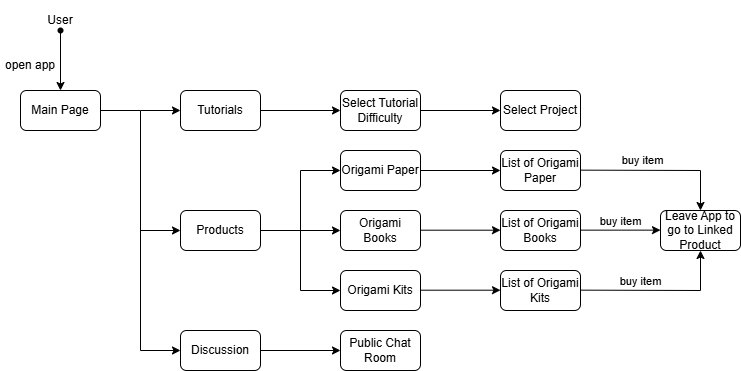
Before: images/UML_userstory2.png, a diagram exported from draw.io (software-students-spring2025/1-specification-exercise-robots). Source tidied: cells renumbered, new cells last; positions are measured from the earlier drawing's top-left corner, leaving out a move shared by most shapes. Its diagram source:
```xml
<mxGraphModel>
  <root>
    <mxCell id="0" />
    <mxCell id="1" parent="0" />
    <mxCell id="2" value="User" style="text;html=1;align=center;verticalAlign=middle;whiteSpace=wrap;rounded=0;" parent="1" vertex="1">
      <mxGeometry x="30" width="60" height="40" as="geometry" />
    </mxCell>
    <mxCell id="3" style="shape=waypoint;sketch=0;fillStyle=solid;size=6;points=[];fillColor=none;perimeter=centerPerimeter;snapToPoint=1;" parent="1" vertex="1">
      <mxGeometry x="50" y="20" width="20" height="20" as="geometry" />
    </mxCell>
    <mxCell id="4" value="Main Page" style="rounded=1;whiteSpace=wrap;html=1;" parent="1" vertex="1">
      <mxGeometry x="20" y="90" width="80" height="40" as="geometry" />
    </mxCell>
    <mxCell id="5" style="endArrow=classic;html=1;rounded=0;entryX=0.5;entryY=0;entryDx=0;entryDy=0;" parent="1" edge="1" source="3" target="4">
      <mxGeometry relative="1" as="geometry" />
    </mxCell>
    <mxCell id="6" value="open app" style="text;html=1;align=center;verticalAlign=middle;whiteSpace=wrap;rounded=0;" parent="1" vertex="1">
      <mxGeometry y="50" width="60" height="30" as="geometry" />
    </mxCell>
    <mxCell id="7" style="edgeStyle=orthogonalEdgeStyle;rounded=0;orthogonalLoop=1;jettySize=auto;html=1;entryX=0.517;entryY=0.044;entryDx=0;entryDy=0;entryPerimeter=0;" parent="1" edge="1" source="3" target="3">
      <mxGeometry relative="1" as="geometry" />
    </mxCell>
    <mxCell id="8" style="endArrow=classic;html=1;rounded=0;exitX=1;exitY=0.5;exitDx=0;exitDy=0;entryX=0;entryY=0.5;entryDx=0;entryDy=0;" parent="1" edge="1" source="4" target="12">
      <mxGeometry relative="1" as="geometry">
        <Array as="points">
          <mxPoint x="140" y="110" />
        </Array>
      </mxGeometry>
    </mxCell>
    <mxCell id="9" value="Products" style="rounded=1;whiteSpace=wrap;html=1;" parent="1" vertex="1">
      <mxGeometry x="180" y="210" width="80" height="40" as="geometry" />
    </mxCell>
    <mxCell id="10" style="endArrow=classic;html=1;rounded=0;" parent="1" edge="1">
      <mxGeometry relative="1" as="geometry">
        <mxPoint x="140" y="110" as="sourcePoint" />
        <mxPoint x="180" y="350" as="targetPoint" />
        <Array as="points">
          <mxPoint x="140" y="350" />
        </Array>
      </mxGeometry>
    </mxCell>
    <mxCell id="11" value="Discussion" style="rounded=1;whiteSpace=wrap;html=1;" parent="1" vertex="1">
      <mxGeometry x="180" y="330" width="80" height="40" as="geometry" />
    </mxCell>
    <mxCell id="12" value="Tutorials" style="rounded=1;whiteSpace=wrap;html=1;" parent="1" vertex="1">
      <mxGeometry x="180" y="90" width="80" height="40" as="geometry" />
    </mxCell>
    <mxCell id="13" style="endArrow=classic;html=1;rounded=0;entryX=0;entryY=0.5;entryDx=0;entryDy=0;" parent="1" edge="1" target="9">
      <mxGeometry relative="1" as="geometry">
        <mxPoint x="140" y="230" as="sourcePoint" />
      </mxGeometry>
    </mxCell>
    <mxCell id="14" style="endArrow=classic;html=1;rounded=0;entryX=0;entryY=0.5;entryDx=0;entryDy=0;" parent="1" edge="1" target="15">
      <mxGeometry relative="1" as="geometry">
        <mxPoint x="260" y="350" as="sourcePoint" />
      </mxGeometry>
    </mxCell>
    <mxCell id="15" value="Public Chat Room" style="rounded=1;whiteSpace=wrap;html=1;" parent="1" vertex="1">
      <mxGeometry x="340" y="330" width="80" height="40" as="geometry" />
    </mxCell>
    <mxCell id="16" style="endArrow=classic;html=1;rounded=0;entryX=0;entryY=0.5;entryDx=0;entryDy=0;" parent="1" edge="1" target="19">
      <mxGeometry relative="1" as="geometry">
        <mxPoint x="260" y="230" as="sourcePoint" />
      </mxGeometry>
    </mxCell>
    <mxCell id="17" style="endArrow=classic;html=1;rounded=0;entryX=0;entryY=0.5;entryDx=0;entryDy=0;" parent="1" edge="1" target="18">
      <mxGeometry relative="1" as="geometry">
        <mxPoint x="260" y="110" as="sourcePoint" />
      </mxGeometry>
    </mxCell>
    <mxCell id="18" value="Select Tutorial Difficulty" style="rounded=1;whiteSpace=wrap;html=1;" parent="1" vertex="1">
      <mxGeometry x="340" y="90" width="80" height="40" as="geometry" />
    </mxCell>
    <mxCell id="19" value="Origami Books" style="rounded=1;whiteSpace=wrap;html=1;" parent="1" vertex="1">
      <mxGeometry x="340" y="210" width="80" height="40" as="geometry" />
    </mxCell>
    <mxCell id="20" value="Origami Paper" style="rounded=1;whiteSpace=wrap;html=1;" parent="1" vertex="1">
      <mxGeometry x="340" y="150" width="80" height="40" as="geometry" />
    </mxCell>
    <mxCell id="21" value="Origami Kits" style="rounded=1;whiteSpace=wrap;html=1;" parent="1" vertex="1">
      <mxGeometry x="340" y="270" width="80" height="40" as="geometry" />
    </mxCell>
    <mxCell id="22" style="endArrow=classic;html=1;rounded=0;entryX=0;entryY=0.5;entryDx=0;entryDy=0;" parent="1" edge="1" target="21">
      <mxGeometry relative="1" as="geometry">
        <mxPoint x="300" y="230" as="sourcePoint" />
        <Array as="points">
          <mxPoint x="300" y="290" />
        </Array>
      </mxGeometry>
    </mxCell>
    <mxCell id="23" style="endArrow=classic;html=1;rounded=0;entryX=0;entryY=0.5;entryDx=0;entryDy=0;" parent="1" edge="1" target="20">
      <mxGeometry relative="1" as="geometry">
        <mxPoint x="300" y="230" as="sourcePoint" />
        <Array as="points">
          <mxPoint x="300" y="170" />
        </Array>
      </mxGeometry>
    </mxCell>
    <mxCell id="24" value="List of Origami Books" style="rounded=1;whiteSpace=wrap;html=1;" parent="1" vertex="1">
      <mxGeometry x="500" y="210" width="80" height="40" as="geometry" />
    </mxCell>
    <mxCell id="25" value="List of Origami Paper" style="rounded=1;whiteSpace=wrap;html=1;" parent="1" vertex="1">
      <mxGeometry x="500" y="150" width="80" height="40" as="geometry" />
    </mxCell>
    <mxCell id="26" value="List of Origami Kits" style="rounded=1;whiteSpace=wrap;html=1;" parent="1" vertex="1">
      <mxGeometry x="500" y="270" width="80" height="40" as="geometry" />
    </mxCell>
    <mxCell id="27" style="endArrow=classic;html=1;rounded=0;entryX=0;entryY=0.5;entryDx=0;entryDy=0;" parent="1" edge="1" target="25">
      <mxGeometry relative="1" as="geometry">
        <mxPoint x="420" y="170" as="sourcePoint" />
      </mxGeometry>
    </mxCell>
    <mxCell id="28" style="endArrow=classic;html=1;rounded=0;entryX=0;entryY=0.5;entryDx=0;entryDy=0;" parent="1" edge="1">
      <mxGeometry relative="1" as="geometry">
        <mxPoint x="420" y="289.7" as="sourcePoint" />
        <mxPoint x="500" y="289.7" as="targetPoint" />
      </mxGeometry>
    </mxCell>
    <mxCell id="29" style="endArrow=classic;html=1;rounded=0;entryX=0;entryY=0.5;entryDx=0;entryDy=0;" parent="1" edge="1">
      <mxGeometry relative="1" as="geometry">
        <mxPoint x="420" y="229.7" as="sourcePoint" />
        <mxPoint x="500" y="229.7" as="targetPoint" />
      </mxGeometry>
    </mxCell>
    <mxCell id="30" style="endArrow=classic;html=1;rounded=0;entryX=0.5;entryY=0;entryDx=0;entryDy=0;" parent="1" edge="1" target="34">
      <mxGeometry relative="1" as="geometry">
        <mxPoint x="580" y="169.6" as="sourcePoint" />
        <Array as="points">
          <mxPoint x="700" y="170" />
        </Array>
      </mxGeometry>
    </mxCell>
    <mxCell id="31" value="buy item" style="edgeLabel;html=1;align=center;verticalAlign=middle;" parent="30" vertex="1">
      <mxGeometry x="-0.23" relative="1" as="geometry">
        <mxPoint y="-10" as="offset" />
      </mxGeometry>
    </mxCell>
    <mxCell id="32" style="endArrow=classic;html=1;rounded=0;entryX=0;entryY=0.5;entryDx=0;entryDy=0;" parent="1" edge="1">
      <mxGeometry relative="1" as="geometry">
        <mxPoint x="580" y="229.6" as="sourcePoint" />
        <mxPoint x="660" y="229.6" as="targetPoint" />
      </mxGeometry>
    </mxCell>
    <mxCell id="33" style="endArrow=classic;html=1;rounded=0;entryX=0.5;entryY=1;entryDx=0;entryDy=0;" parent="1" edge="1" target="34">
      <mxGeometry relative="1" as="geometry">
        <mxPoint x="580" y="289.6" as="sourcePoint" />
        <Array as="points">
          <mxPoint x="700" y="290" />
        </Array>
      </mxGeometry>
    </mxCell>
    <mxCell id="34" value="Leave App to go to Linked Product" style="rounded=1;whiteSpace=wrap;html=1;" parent="1" vertex="1">
      <mxGeometry x="660" y="210" width="80" height="40" as="geometry" />
    </mxCell>
    <mxCell id="35" style="endArrow=classic;html=1;rounded=0;" parent="1" edge="1">
      <mxGeometry relative="1" as="geometry">
        <mxPoint x="420" y="110" as="sourcePoint" />
        <mxPoint x="500" y="110" as="targetPoint" />
      </mxGeometry>
    </mxCell>
    <mxCell id="36" value="Select Project" style="rounded=1;whiteSpace=wrap;html=1;" parent="1" vertex="1">
      <mxGeometry x="500" y="90" width="80" height="40" as="geometry" />
    </mxCell>
    <mxCell id="37" value="buy item" style="edgeLabel;html=1;align=center;verticalAlign=middle;" parent="1" vertex="1">
      <mxGeometry x="620" y="220" as="geometry" />
    </mxCell>
    <mxCell id="38" value="buy item" style="edgeLabel;html=1;align=center;verticalAlign=middle;" parent="1" vertex="1">
      <mxGeometry x="640" y="280" as="geometry" />
    </mxCell>
  </root>
</mxGraphModel>
```
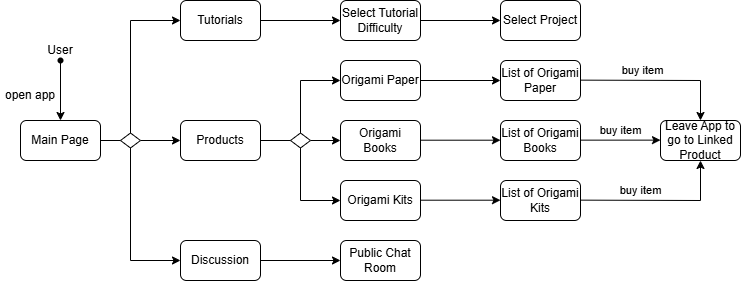
Above is the later version.

Commit message:
patched userstory 2

The edit, as a diff of the source:
```diff
@@ -3,42 +3,26 @@
     <mxCell id="0" />
     <mxCell id="1" parent="0" />
     <mxCell id="2" value="User" style="text;html=1;align=center;verticalAlign=middle;whiteSpace=wrap;rounded=0;" parent="1" vertex="1">
-      <mxGeometry x="30" width="60" height="40" as="geometry" />
+      <mxGeometry x="30" y="120" width="60" height="40" as="geometry" />
     </mxCell>
     <mxCell id="3" style="shape=waypoint;sketch=0;fillStyle=solid;size=6;points=[];fillColor=none;perimeter=centerPerimeter;snapToPoint=1;" parent="1" vertex="1">
-      <mxGeometry x="50" y="20" width="20" height="20" as="geometry" />
+      <mxGeometry x="50" y="140" width="20" height="20" as="geometry" />
     </mxCell>
     <mxCell id="4" value="Main Page" style="rounded=1;whiteSpace=wrap;html=1;" parent="1" vertex="1">
-      <mxGeometry x="20" y="90" width="80" height="40" as="geometry" />
+      <mxGeometry x="20" y="210" width="80" height="40" as="geometry" />
     </mxCell>
     <mxCell id="5" style="endArrow=classic;html=1;rounded=0;entryX=0.5;entryY=0;entryDx=0;entryDy=0;" parent="1" edge="1" source="3" target="4">
       <mxGeometry relative="1" as="geometry" />
     </mxCell>
     <mxCell id="6" value="open app" style="text;html=1;align=center;verticalAlign=middle;whiteSpace=wrap;rounded=0;" parent="1" vertex="1">
-      <mxGeometry y="50" width="60" height="30" as="geometry" />
+      <mxGeometry y="170" width="60" height="30" as="geometry" />
     </mxCell>
     <mxCell id="7" style="edgeStyle=orthogonalEdgeStyle;rounded=0;orthogonalLoop=1;jettySize=auto;html=1;entryX=0.517;entryY=0.044;entryDx=0;entryDy=0;entryPerimeter=0;" parent="1" edge="1" source="3" target="3">
       <mxGeometry relative="1" as="geometry" />
     </mxCell>
-    <mxCell id="8" style="endArrow=classic;html=1;rounded=0;exitX=1;exitY=0.5;exitDx=0;exitDy=0;entryX=0;entryY=0.5;entryDx=0;entryDy=0;" parent="1" edge="1" source="4" target="12">
-      <mxGeometry relative="1" as="geometry">
-        <Array as="points">
-          <mxPoint x="140" y="110" />
-        </Array>
-      </mxGeometry>
-    </mxCell>
     <mxCell id="9" value="Products" style="rounded=1;whiteSpace=wrap;html=1;" parent="1" vertex="1">
       <mxGeometry x="180" y="210" width="80" height="40" as="geometry" />
     </mxCell>
-    <mxCell id="10" style="endArrow=classic;html=1;rounded=0;" parent="1" edge="1">
-      <mxGeometry relative="1" as="geometry">
-        <mxPoint x="140" y="110" as="sourcePoint" />
-        <mxPoint x="180" y="350" as="targetPoint" />
-        <Array as="points">
-          <mxPoint x="140" y="350" />
-        </Array>
-      </mxGeometry>
-    </mxCell>
     <mxCell id="11" value="Discussion" style="rounded=1;whiteSpace=wrap;html=1;" parent="1" vertex="1">
       <mxGeometry x="180" y="330" width="80" height="40" as="geometry" />
     </mxCell>
@@ -60,7 +44,7 @@
     </mxCell>
     <mxCell id="16" style="endArrow=classic;html=1;rounded=0;entryX=0;entryY=0.5;entryDx=0;entryDy=0;" parent="1" edge="1" target="19">
       <mxGeometry relative="1" as="geometry">
-        <mxPoint x="260" y="230" as="sourcePoint" />
+        <mxPoint x="310" y="230" as="sourcePoint" />
       </mxGeometry>
     </mxCell>
     <mxCell id="17" style="endArrow=classic;html=1;rounded=0;entryX=0;entryY=0.5;entryDx=0;entryDy=0;" parent="1" edge="1" target="18">
@@ -80,17 +64,15 @@
     <mxCell id="21" value="Origami Kits" style="rounded=1;whiteSpace=wrap;html=1;" parent="1" vertex="1">
       <mxGeometry x="340" y="270" width="80" height="40" as="geometry" />
     </mxCell>
-    <mxCell id="22" style="endArrow=classic;html=1;rounded=0;entryX=0;entryY=0.5;entryDx=0;entryDy=0;" parent="1" edge="1" target="21">
+    <mxCell id="22" style="endArrow=classic;html=1;rounded=0;entryX=0;entryY=0.5;entryDx=0;entryDy=0;exitX=0.5;exitY=1;exitDx=0;exitDy=0;" parent="1" edge="1" source="43" target="21">
       <mxGeometry relative="1" as="geometry">
-        <mxPoint x="300" y="230" as="sourcePoint" />
         <Array as="points">
           <mxPoint x="300" y="290" />
         </Array>
       </mxGeometry>
     </mxCell>
-    <mxCell id="23" style="endArrow=classic;html=1;rounded=0;entryX=0;entryY=0.5;entryDx=0;entryDy=0;" parent="1" edge="1" target="20">
+    <mxCell id="23" style="endArrow=classic;html=1;rounded=0;entryX=0;entryY=0.5;entryDx=0;entryDy=0;exitX=0.5;exitY=0;exitDx=0;exitDy=0;" parent="1" edge="1" source="43" target="20">
       <mxGeometry relative="1" as="geometry">
-        <mxPoint x="300" y="230" as="sourcePoint" />
         <Array as="points">
           <mxPoint x="300" y="170" />
         </Array>
@@ -167,5 +149,33 @@
     <mxCell id="38" value="buy item" style="edgeLabel;html=1;align=center;verticalAlign=middle;" parent="1" vertex="1">
       <mxGeometry x="640" y="280" as="geometry" />
     </mxCell>
+    <mxCell id="39" style="rhombus;" parent="1" vertex="1">
+      <mxGeometry x="120" y="222.5" width="20" height="15" as="geometry" />
+    </mxCell>
+    <mxCell id="40" style="endArrow=classic;html=1;rounded=0;entryX=0;entryY=0.5;entryDx=0;entryDy=0;" parent="1" edge="1" target="12">
+      <mxGeometry relative="1" as="geometry">
+        <mxPoint x="130" y="222.5" as="sourcePoint" />
+        <Array as="points">
+          <mxPoint x="130" y="110" />
+        </Array>
+      </mxGeometry>
+    </mxCell>
+    <mxCell id="41" style="endArrow=classic;html=1;rounded=0;entryX=0;entryY=0.5;entryDx=0;entryDy=0;" parent="1" edge="1" target="11">
+      <mxGeometry relative="1" as="geometry">
+        <mxPoint x="130" y="237.5" as="sourcePoint" />
+        <Array as="points">
+          <mxPoint x="130" y="350" />
+        </Array>
+      </mxGeometry>
+    </mxCell>
+    <mxCell id="42" style="endArrow=none;html=1;rounded=0;exitX=1;exitY=0.5;exitDx=0;exitDy=0;entryX=0;entryY=0.5;entryDx=0;entryDy=0;" parent="1" edge="1" source="4" target="39">
+      <mxGeometry relative="1" as="geometry" />
+    </mxCell>
+    <mxCell id="43" style="rhombus;" parent="1" vertex="1">
+      <mxGeometry x="290" y="222.5" width="20" height="15" as="geometry" />
+    </mxCell>
+    <mxCell id="44" style="endArrow=none;html=1;rounded=0;exitX=1;exitY=0.5;exitDx=0;exitDy=0;entryX=0;entryY=0.5;entryDx=0;entryDy=0;" parent="1" edge="1" source="9" target="43">
+      <mxGeometry relative="1" as="geometry" />
+    </mxCell>
   </root>
 </mxGraphModel>
```
